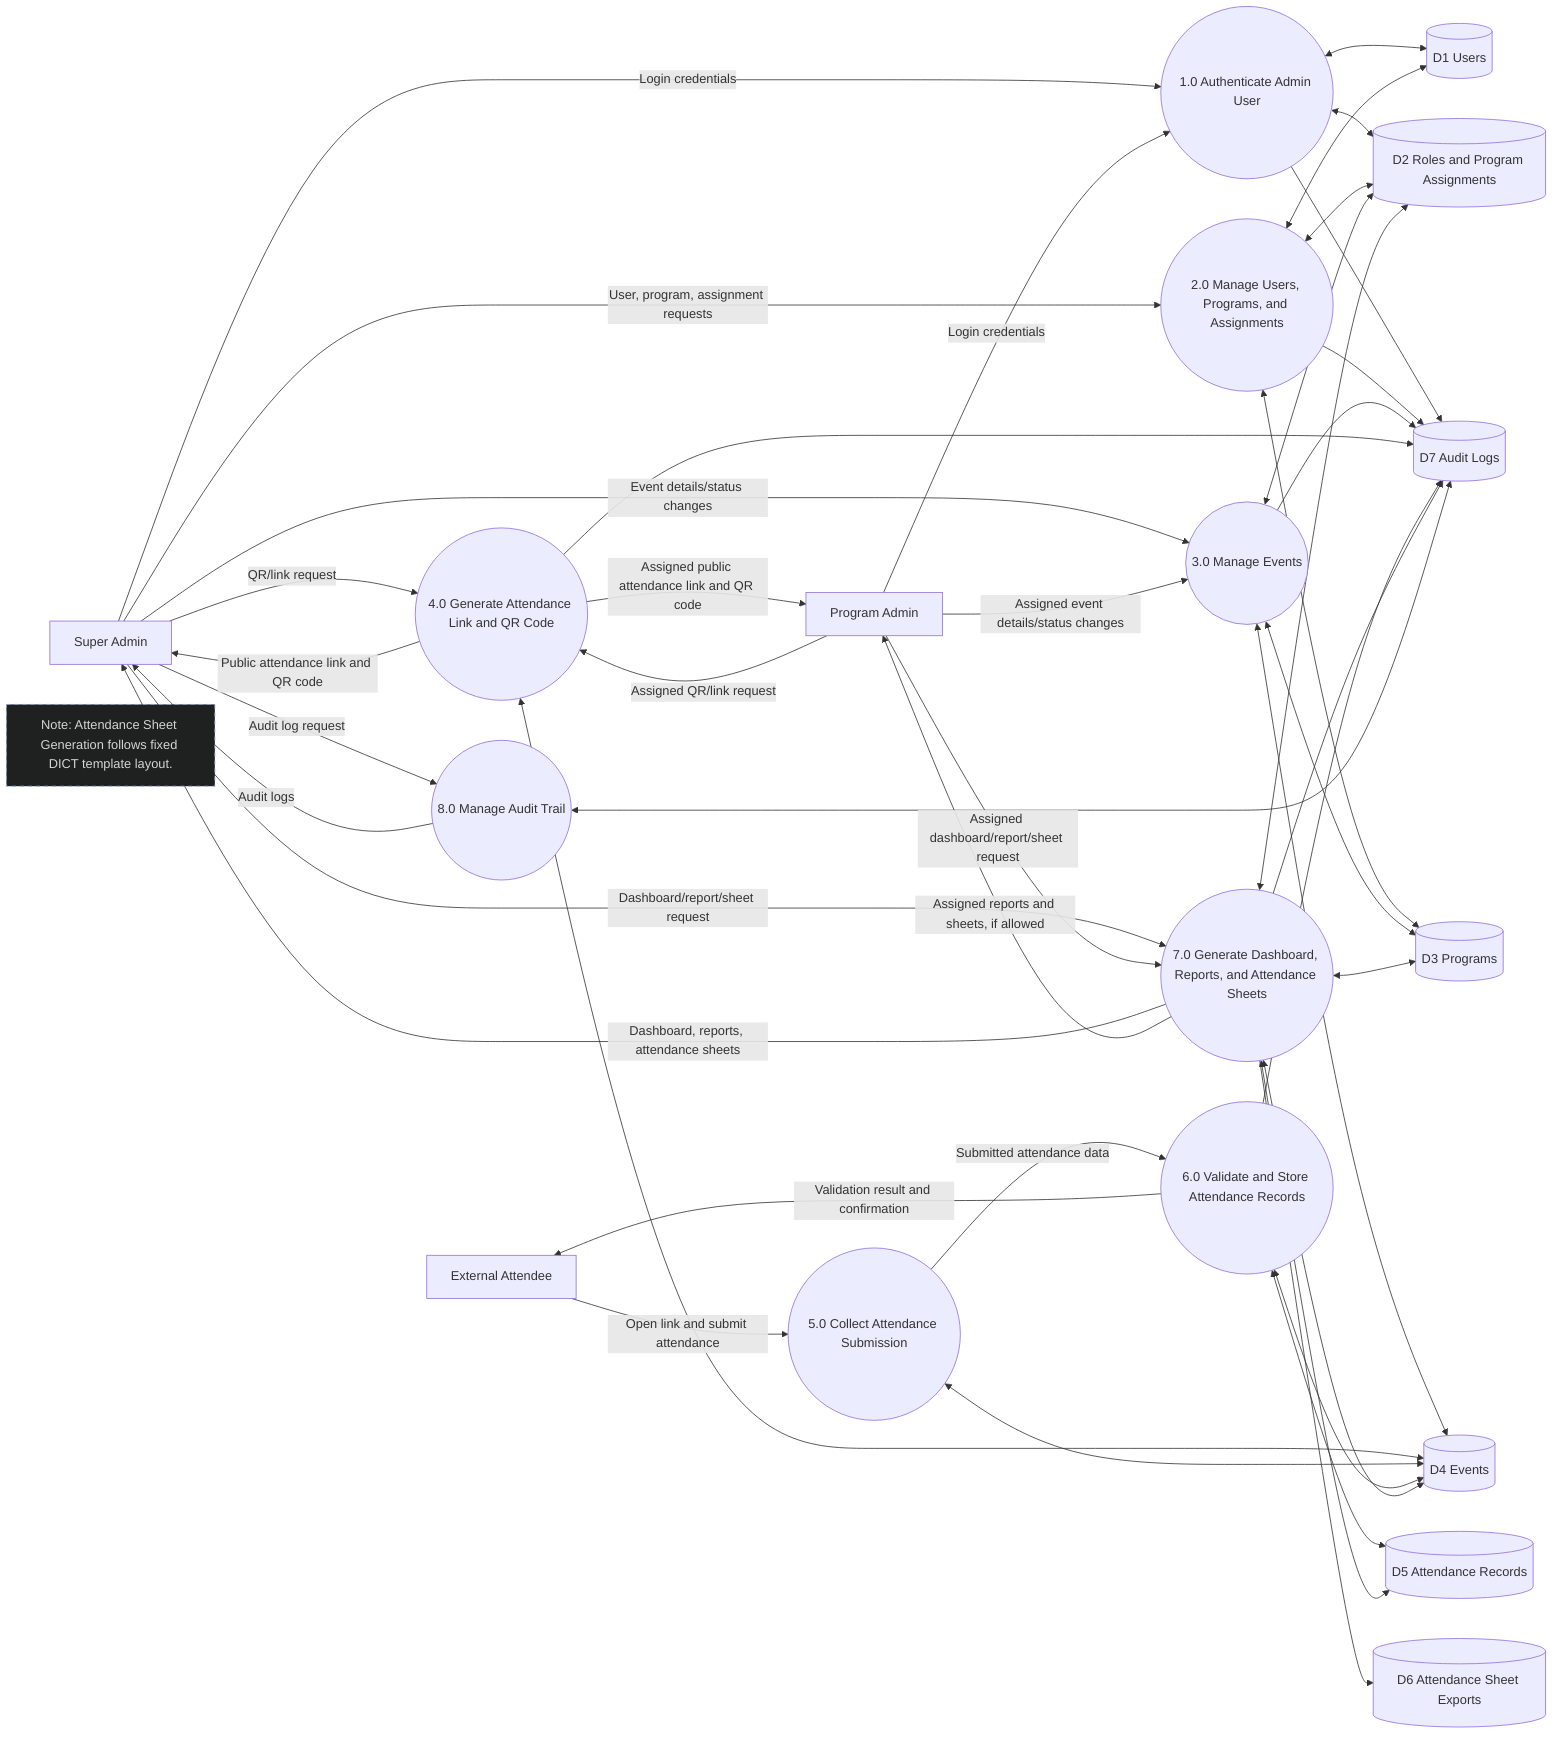
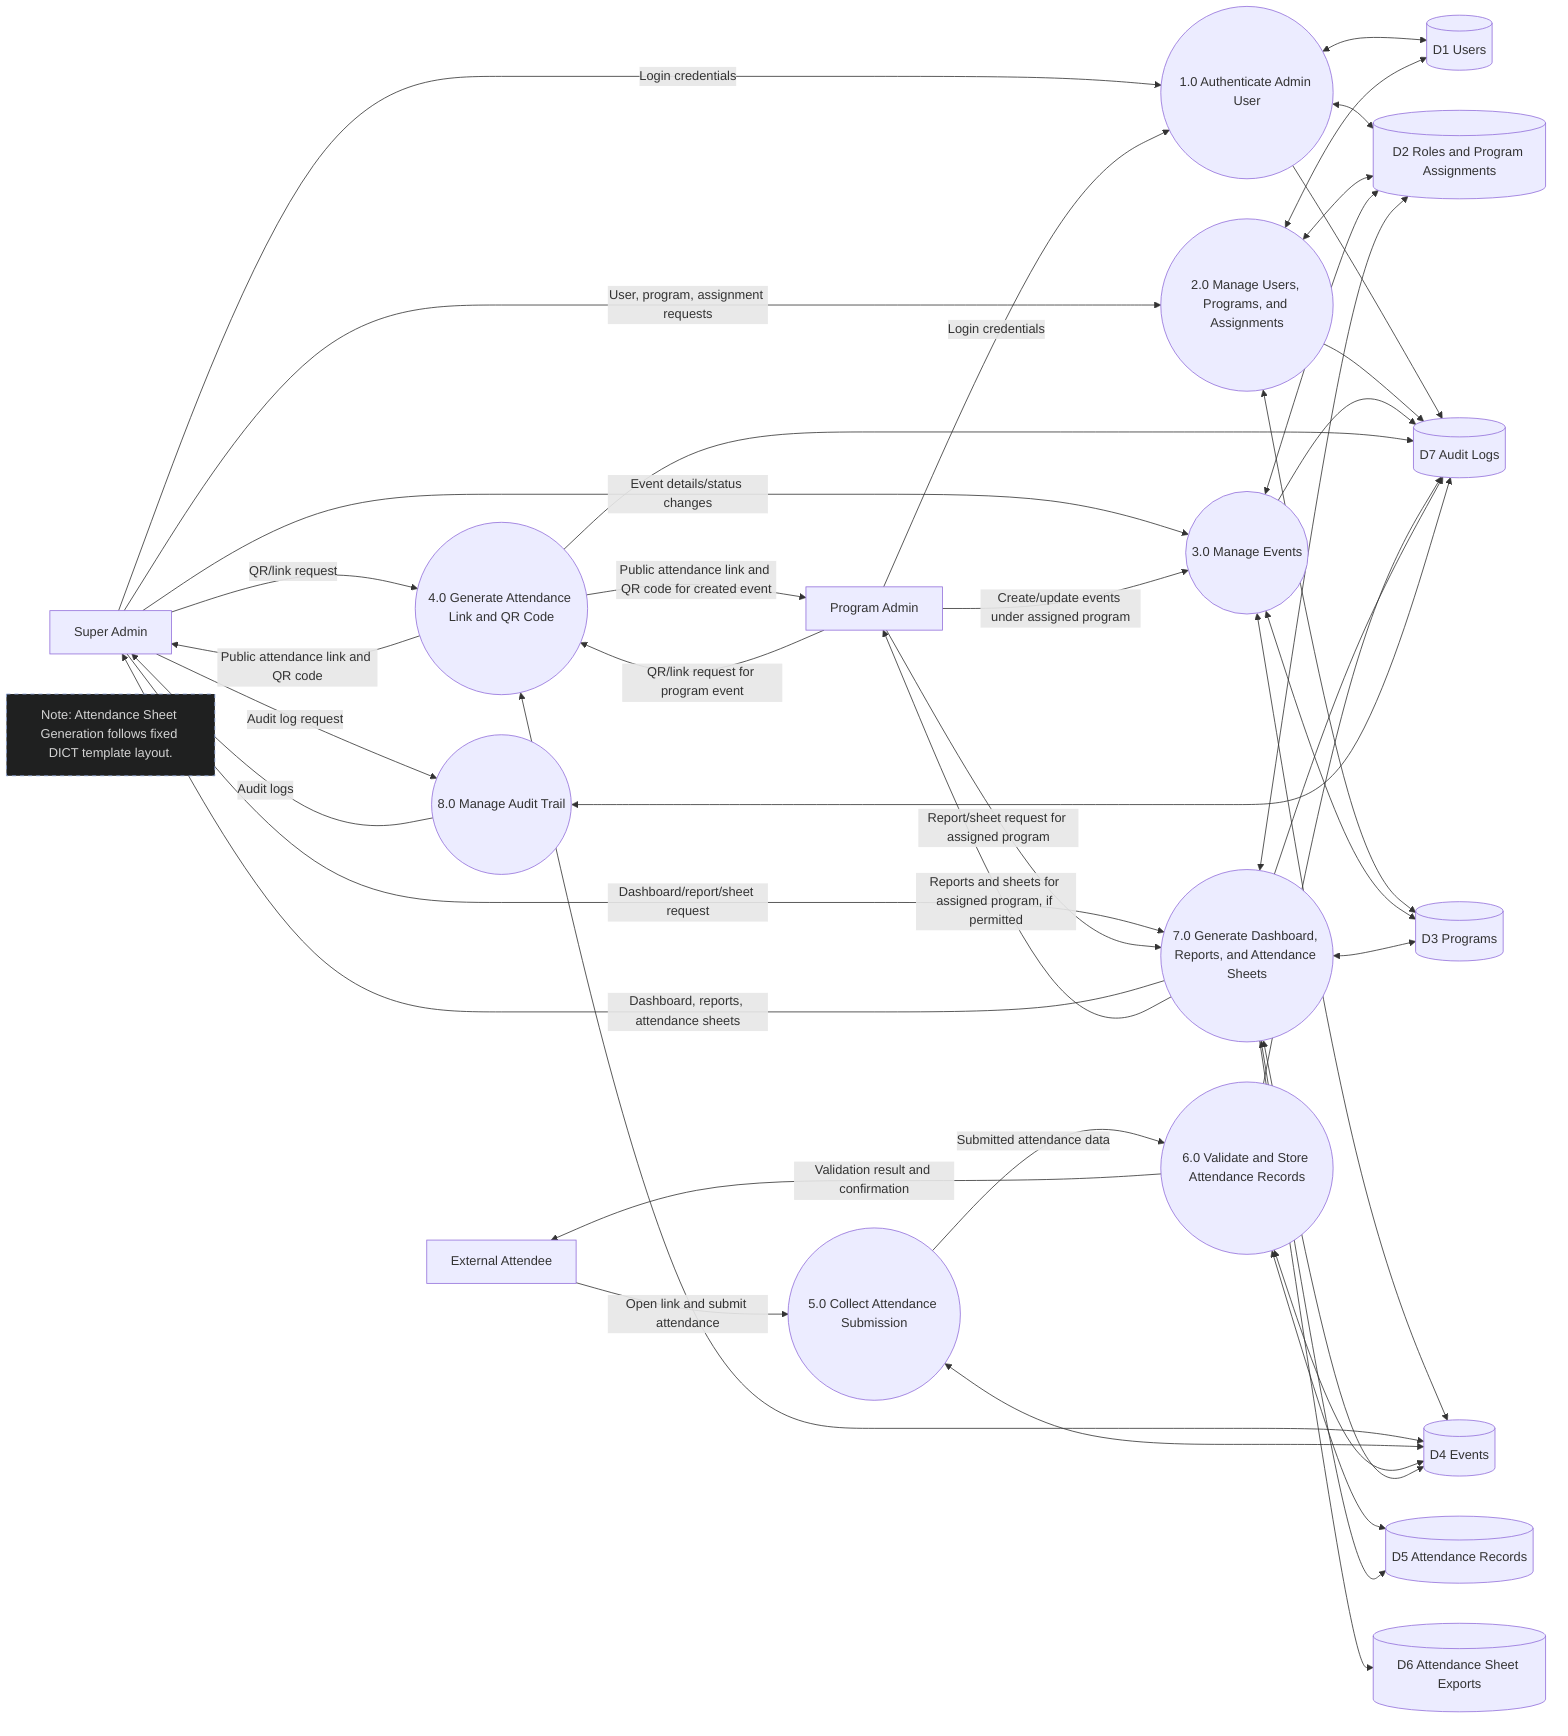
flowchart LR
  super_admin[Super Admin]
  program_admin[Program Admin]
  attendee[External Attendee]
  note_template["Note: Attendance Sheet Generation follows fixed DICT template layout."]

  p1((1.0 Authenticate Admin User))
  p2((2.0 Manage Users, Programs, and Assignments))
  p3((3.0 Manage Events))
  p4((4.0 Generate Attendance Link and QR Code))
  p5((5.0 Collect Attendance Submission))
  p6((6.0 Validate and Store Attendance Records))
  p7((7.0 Generate Dashboard, Reports, and Attendance Sheets))
  p8((8.0 Manage Audit Trail))

  d1[(D1 Users)]
  d2[(D2 Roles and Program Assignments)]
  d3[(D3 Programs)]
  d4[(D4 Events)]
  d5[(D5 Attendance Records)]
  d6[(D6 Attendance Sheet Exports)]
  d7[(D7 Audit Logs)]

  super_admin -->|Login credentials| p1
  program_admin -->|Login credentials| p1
  p1 <--> d1
  p1 <--> d2
  p1 --> d7

  super_admin -->|User, program, assignment requests| p2
  p2 <--> d1
  p2 <--> d2
  p2 <--> d3
  p2 --> d7

  super_admin -->|Event details/status changes| p3
-   program_admin -->|Assigned event details/status changes| p3
+   program_admin -->|Create/update events under assigned program| p3
  p3 <--> d2
  p3 <--> d3
  p3 <--> d4
  p3 --> d7

  super_admin -->|QR/link request| p4
-   program_admin -->|Assigned QR/link request| p4
+   program_admin -->|QR/link request for program event| p4
  p4 <--> d4
  p4 --> d7
  p4 -->|Public attendance link and QR code| super_admin
-   p4 -->|Assigned public attendance link and QR code| program_admin
+   p4 -->|Public attendance link and QR code for created event| program_admin

  attendee -->|Open link and submit attendance| p5
  p5 <--> d4
  p5 -->|Submitted attendance data| p6
  p6 <--> d4
  p6 <--> d5
  p6 --> d7
  p6 -->|Validation result and confirmation| attendee

  super_admin -->|Dashboard/report/sheet request| p7
-   program_admin -->|Assigned dashboard/report/sheet request| p7
+   program_admin -->|Report/sheet request for assigned program| p7
  p7 <--> d2
  p7 <--> d3
  p7 <--> d4
  p7 <--> d5
  p7 --> d6
  p7 --> d7
  p7 -->|Dashboard, reports, attendance sheets| super_admin
-   p7 -->|Assigned reports and sheets, if allowed| program_admin
+   p7 -->|Reports and sheets for assigned program, if permitted| program_admin

  super_admin -->|Audit log request| p8
  p8 <--> d7
  p8 -->|Audit logs| super_admin

  classDef note fill:#1f2020,stroke:#8CA6DB,color:#d4d4d4,stroke-dasharray: 5 5
  class note_template note
